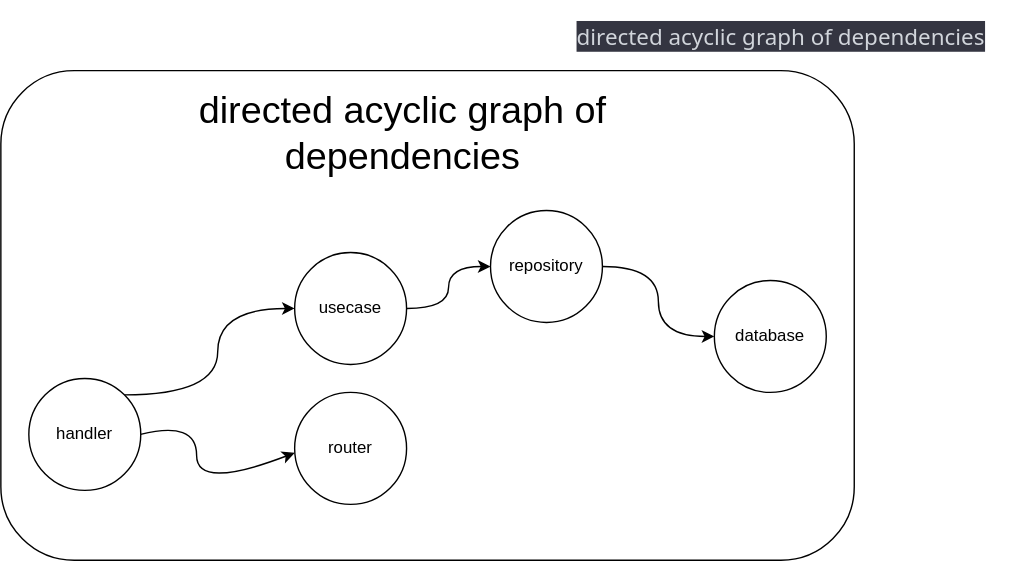
This is sketching/diagram.drawio.svg from Ignaciojeria/einar-ioc, a draw.io export, as it was before one commit. Source tidied: cells renumbered, new cells last; positions are measured from the earlier drawing's top-left corner, leaving out a move shared by most shapes.
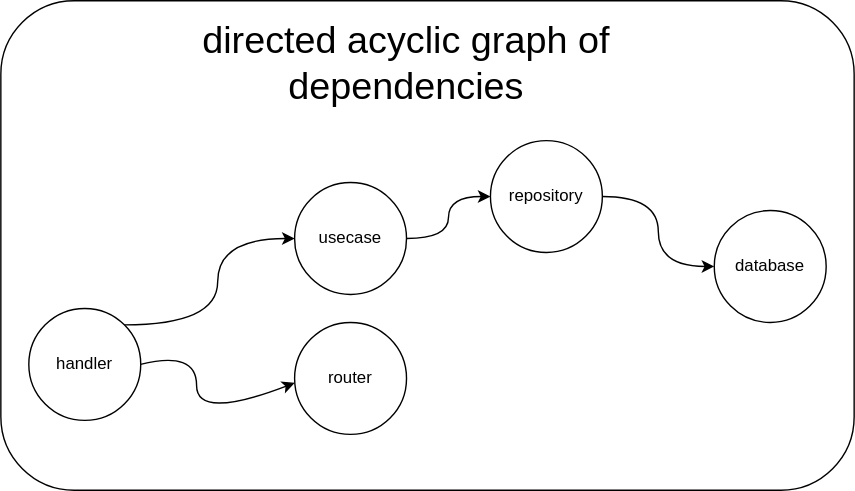
Above is the later version.

Diff of the diagram source:
```diff
@@ -40,10 +40,7 @@
       <mxGeometry x="350" y="150" width="80" height="80" as="geometry" />
     </mxCell>
     <mxCell id="12" value="&lt;font style=&quot;font-size: 27px;&quot;&gt;directed acyclic graph of dependencies&lt;/font&gt;" style="text;html=1;strokeColor=none;fillColor=none;align=center;verticalAlign=middle;whiteSpace=wrap;rounded=0;" parent="1" vertex="1">
-      <mxGeometry x="100" y="80" width="375" height="30" as="geometry" />
+      <mxGeometry x="70" y="80" width="440" height="30" as="geometry" />
     </mxCell>
-    <mxCell id="13" value="&lt;span style=&quot;color: rgb(209, 213, 219); font-family: Söhne, ui-sans-serif, system-ui, -apple-system, &amp;quot;Segoe UI&amp;quot;, Roboto, Ubuntu, Cantarell, &amp;quot;Noto Sans&amp;quot;, sans-serif, &amp;quot;Helvetica Neue&amp;quot;, Arial, &amp;quot;Apple Color Emoji&amp;quot;, &amp;quot;Segoe UI Emoji&amp;quot;, &amp;quot;Segoe UI Symbol&amp;quot;, &amp;quot;Noto Color Emoji&amp;quot;; font-size: 16px; font-style: normal; font-variant-ligatures: normal; font-variant-caps: normal; font-weight: 400; letter-spacing: normal; orphans: 2; text-align: start; text-indent: 0px; text-transform: none; widows: 2; word-spacing: 0px; -webkit-text-stroke-width: 0px; background-color: rgb(52, 53, 65); text-decoration-thickness: initial; text-decoration-style: initial; text-decoration-color: initial; float: none; display: inline !important;&quot;&gt;directed acyclic graph of dependencies&lt;/span&gt;" style="text;whiteSpace=wrap;html=1;fontSize=27;" parent="1" vertex="1">
-      <mxGeometry x="410" width="310" height="60" as="geometry" />
-    </mxCell>
   </root>
 </mxGraphModel>
```
